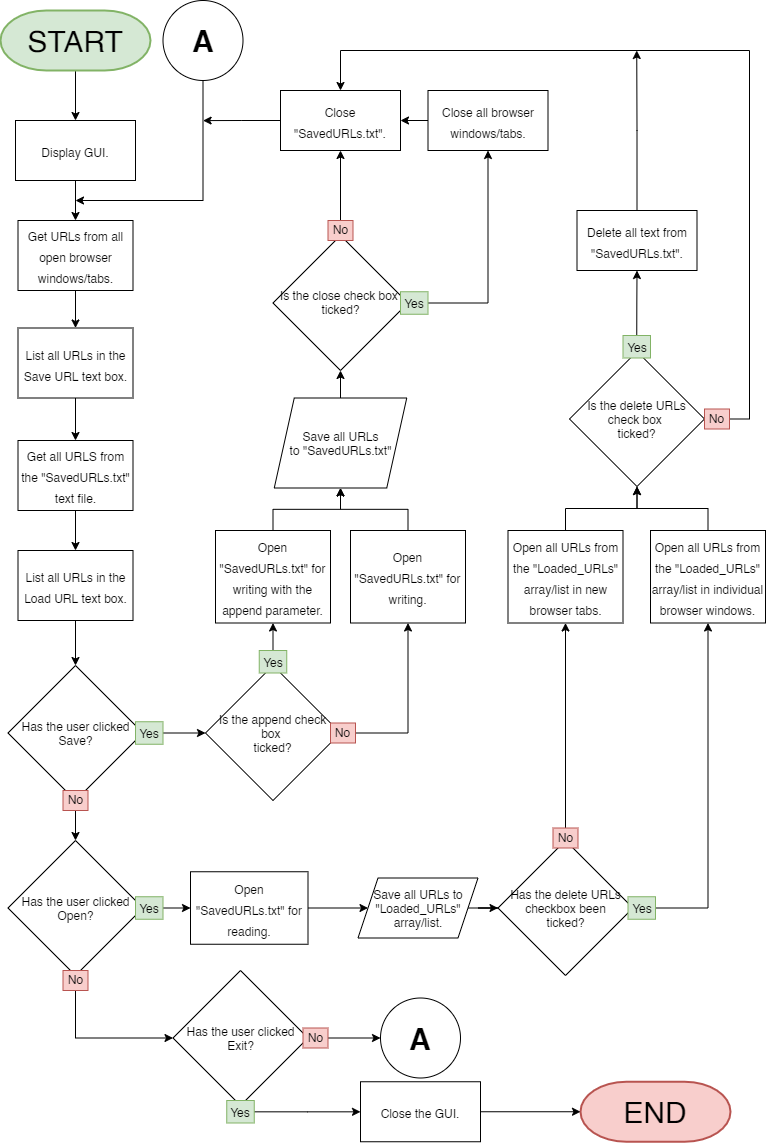
The draw.io diagram Report Files/Flowchart.png in mrhatman26/MrHatman26-s-URL-Saver, before a commit. Source tidied: cells renumbered, new cells last; positions are measured from the earlier drawing's top-left corner, leaving out a move shared by most shapes.
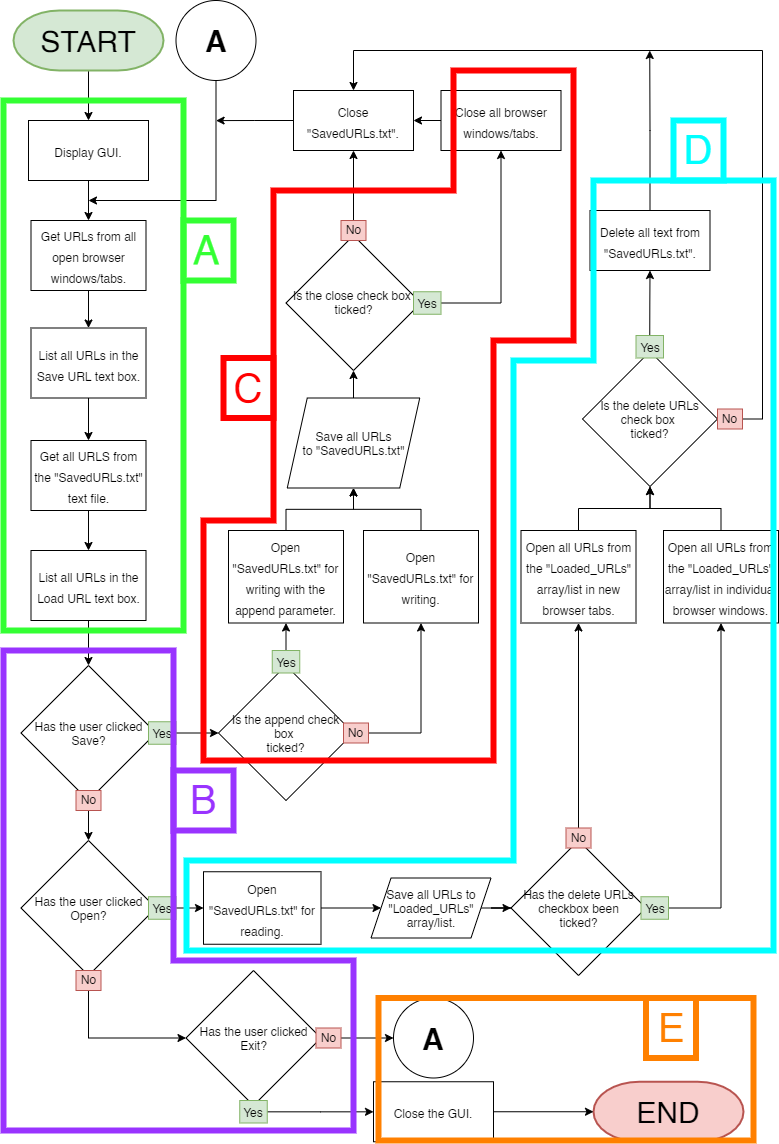
The same diagram one commit later.

Change to the diagram source:
```diff
@@ -236,5 +236,91 @@
     <mxCell id="74" value="&lt;span style=&quot;font-size: 12px&quot;&gt;Delete all text from &quot;SavedURLs.txt&quot;.&lt;/span&gt;" style="rounded=0;whiteSpace=wrap;html=1;fontSize=18;" parent="1" vertex="1">
       <mxGeometry x="576.5" y="210" width="120" height="60" as="geometry" />
     </mxCell>
+    <mxCell id="75" style="rounded=0;whiteSpace=wrap;html=1;fillColor=none;strokeColor=#33FF33;strokeWidth=6;" parent="1" vertex="1">
+      <mxGeometry x="-10" y="100" width="180" height="530" as="geometry" />
+    </mxCell>
+    <mxCell id="76" value="&lt;font style=&quot;font-size: 40px&quot;&gt;A&lt;/font&gt;" style="text;html=1;strokeColor=none;fillColor=none;align=center;verticalAlign=middle;whiteSpace=wrap;rounded=0;fontColor=#33FF33;" parent="1" vertex="1">
+      <mxGeometry x="162.5" y="235" width="60" height="30" as="geometry" />
+    </mxCell>
+    <mxCell id="77" style="rounded=0;whiteSpace=wrap;html=1;fillColor=none;strokeColor=#33FF33;strokeWidth=6;" parent="1" vertex="1">
+      <mxGeometry x="170" y="220" width="50" height="60" as="geometry" />
+    </mxCell>
+    <mxCell id="78" style="endArrow=none;html=1;rounded=0;fontSize=40;fontColor=#33FF33;strokeWidth=6;strokeColor=#9933FF;" parent="1" edge="1">
+      <mxGeometry relative="1" as="geometry">
+        <mxPoint x="160" y="650" as="sourcePoint" />
+        <mxPoint x="10" y="650" as="targetPoint" />
+        <Array as="points">
+          <mxPoint x="-10" y="650" />
+          <mxPoint x="-10" y="1130" />
+          <mxPoint x="340" y="1130" />
+          <mxPoint x="340" y="960" />
+          <mxPoint x="160" y="960" />
+          <mxPoint x="160" y="650" />
+        </Array>
+      </mxGeometry>
+    </mxCell>
+    <mxCell id="79" value="&lt;font style=&quot;font-size: 40px&quot;&gt;B&lt;/font&gt;" style="text;html=1;strokeColor=none;fillColor=none;align=center;verticalAlign=middle;whiteSpace=wrap;rounded=0;fontColor=#9933FF;" parent="1" vertex="1">
+      <mxGeometry x="160" y="785" width="60" height="30" as="geometry" />
+    </mxCell>
+    <mxCell id="80" style="rounded=0;whiteSpace=wrap;html=1;fillColor=none;strokeColor=#9933FF;strokeWidth=6;fontColor=#9933FF;" parent="1" vertex="1">
+      <mxGeometry x="160" y="770" width="60" height="60" as="geometry" />
+    </mxCell>
+    <mxCell id="81" style="endArrow=none;html=1;rounded=0;fontSize=40;fontColor=#33FF33;strokeWidth=6;strokeColor=#FF0000;" parent="1" edge="1">
+      <mxGeometry relative="1" as="geometry">
+        <mxPoint x="510" y="70" as="sourcePoint" />
+        <mxPoint x="490" y="70" as="targetPoint" />
+        <Array as="points">
+          <mxPoint x="440" y="70" />
+          <mxPoint x="440" y="190" />
+          <mxPoint x="260" y="190" />
+          <mxPoint x="260" y="520" />
+          <mxPoint x="190" y="520" />
+          <mxPoint x="190" y="760" />
+          <mxPoint x="480" y="760" />
+          <mxPoint x="480" y="510" />
+          <mxPoint x="480" y="340" />
+          <mxPoint x="560" y="340" />
+          <mxPoint x="560" y="300" />
+          <mxPoint x="560" y="70" />
+        </Array>
+      </mxGeometry>
+    </mxCell>
+    <mxCell id="82" style="rounded=0;whiteSpace=wrap;html=1;fillColor=none;strokeColor=#FF0000;strokeWidth=6;" parent="1" vertex="1">
+      <mxGeometry x="210" y="357.5" width="50" height="60" as="geometry" />
+    </mxCell>
+    <mxCell id="83" value="&lt;font style=&quot;font-size: 40px&quot;&gt;C&lt;/font&gt;" style="text;html=1;strokeColor=none;fillColor=none;align=center;verticalAlign=middle;whiteSpace=wrap;rounded=0;fontColor=#FF0000;" parent="1" vertex="1">
+      <mxGeometry x="205" y="372.5" width="60" height="30" as="geometry" />
+    </mxCell>
+    <mxCell id="84" style="endArrow=none;html=1;rounded=0;fontSize=40;fontColor=#00FFFF;strokeColor=#00FFFF;strokeWidth=6;" parent="1" edge="1">
+      <mxGeometry relative="1" as="geometry">
+        <mxPoint x="200" y="860" as="sourcePoint" />
+        <mxPoint x="220" y="860" as="targetPoint" />
+        <Array as="points">
+          <mxPoint x="500" y="860" />
+          <mxPoint x="500" y="360" />
+          <mxPoint x="580" y="360" />
+          <mxPoint x="580" y="180" />
+          <mxPoint x="760" y="180" />
+          <mxPoint x="760" y="950" />
+          <mxPoint x="173" y="950" />
+          <mxPoint x="173" y="860" />
+        </Array>
+      </mxGeometry>
+    </mxCell>
+    <mxCell id="85" style="rounded=0;whiteSpace=wrap;html=1;fontSize=40;fontColor=#00FFFF;strokeColor=#FF8000;strokeWidth=6;fillColor=none;" parent="1" vertex="1">
+      <mxGeometry x="365" y="997.5" width="375" height="142.5" as="geometry" />
+    </mxCell>
+    <mxCell id="86" style="rounded=0;whiteSpace=wrap;html=1;fillColor=none;strokeColor=#00FFFF;strokeWidth=6;fontColor=#00FFFF;" parent="1" vertex="1">
+      <mxGeometry x="660" y="120" width="50" height="60" as="geometry" />
+    </mxCell>
+    <mxCell id="87" value="&lt;font style=&quot;font-size: 40px&quot;&gt;D&lt;/font&gt;" style="text;html=1;strokeColor=none;fillColor=none;align=center;verticalAlign=middle;whiteSpace=wrap;rounded=0;fontColor=#00FFFF;" parent="1" vertex="1">
+      <mxGeometry x="655" y="135" width="60" height="30" as="geometry" />
+    </mxCell>
+    <mxCell id="88" style="rounded=0;whiteSpace=wrap;html=1;fillColor=none;strokeColor=#FF8000;strokeWidth=6;fontColor=#FF8000;" parent="1" vertex="1">
+      <mxGeometry x="632.5" y="997.5" width="50" height="60" as="geometry" />
+    </mxCell>
+    <mxCell id="89" value="&lt;span style=&quot;font-size: 40px&quot;&gt;E&lt;/span&gt;" style="text;html=1;strokeColor=none;fillColor=none;align=center;verticalAlign=middle;whiteSpace=wrap;rounded=0;fontColor=#FF8000;" parent="1" vertex="1">
+      <mxGeometry x="627.5" y="1012.5" width="60" height="30" as="geometry" />
+    </mxCell>
   </root>
 </mxGraphModel>
```
